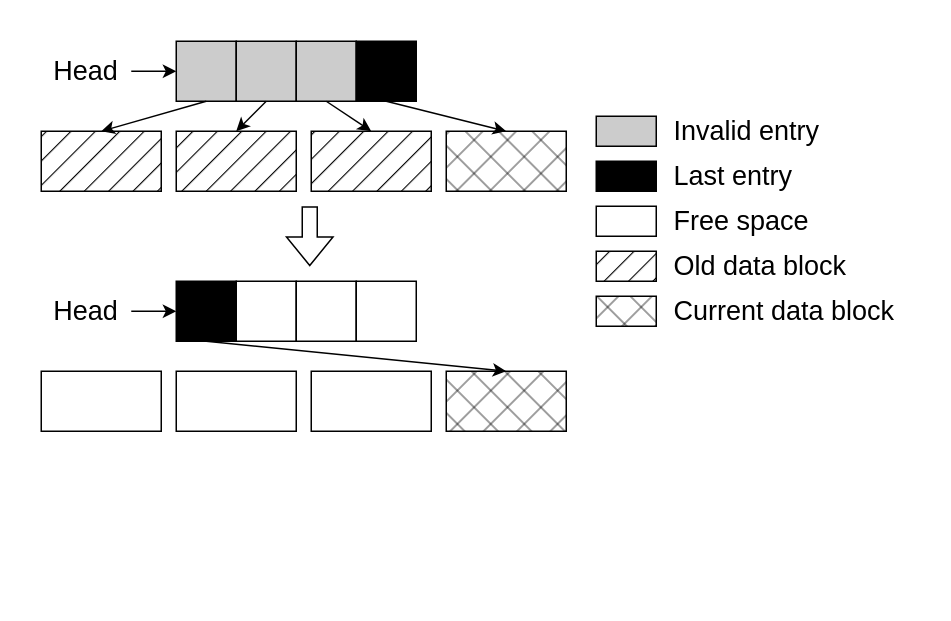
The draw.io diagram NOVA/Untitled Diagram.drawio in Icarusradio/Pictures, before the edit. Source tidied: cells renumbered, new cells numbered last; positions are measured from the earlier drawing's top-left corner, leaving out a move shared by most shapes. Both pictures are drawn from the tidied source at 150%, with x=0, y=0 at pixel (40, 40).
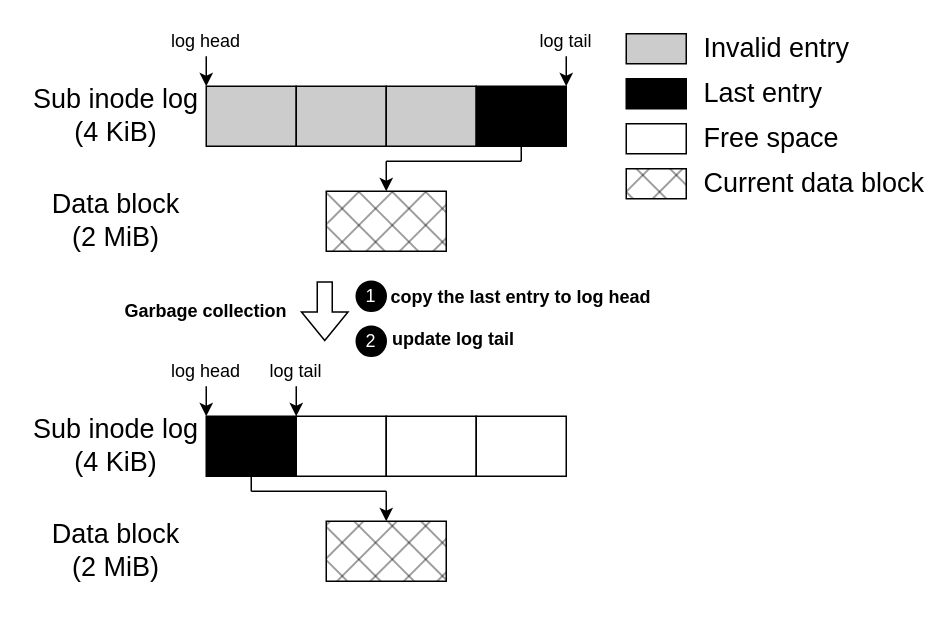
The same diagram, later.

What changed in the source:
```diff
@@
     <mxCell id="2" style="rounded=0;whiteSpace=wrap;html=1;fillColor=#CCCCCC;" parent="1" vertex="1">
-      <mxGeometry x="90" width="40" height="40" as="geometry" />
+      <mxGeometry x="110" y="30" width="60" height="40" as="geometry" />
     </mxCell>
     <mxCell id="3" style="rounded=0;whiteSpace=wrap;html=1;fillColor=#CCCCCC;" parent="1" vertex="1">
-      <mxGeometry x="130" width="40" height="40" as="geometry" />
+      <mxGeometry x="170" y="30" width="60" height="40" as="geometry" />
     </mxCell>
     <mxCell id="4" style="rounded=0;whiteSpace=wrap;html=1;fillColor=#CCCCCC;" parent="1" vertex="1">
-      <mxGeometry x="170" width="40" height="40" as="geometry" />
+      <mxGeometry x="230" y="30" width="60" height="40" as="geometry" />
     </mxCell>
     <mxCell id="5" style="rounded=0;whiteSpace=wrap;html=1;fillColor=#000000;" parent="1" vertex="1">
-      <mxGeometry x="210" width="40" height="40" as="geometry" />
+      <mxGeometry x="290" y="30" width="60" height="40" as="geometry" />
     </mxCell>
     <mxCell id="6" style="rounded=0;whiteSpace=wrap;html=1;fillColor=#CCCCCC;" parent="1" vertex="1">
-      <mxGeometry x="370" y="50" width="40" height="20" as="geometry" />
+      <mxGeometry x="390" y="-5" width="40" height="20" as="geometry" />
     </mxCell>
     <mxCell id="7" style="rounded=0;whiteSpace=wrap;html=1;fillColor=#000000;" parent="1" vertex="1">
-      <mxGeometry x="370" y="80" width="40" height="20" as="geometry" />
+      <mxGeometry x="390" y="25" width="40" height="20" as="geometry" />
     </mxCell>
     <mxCell id="8" style="rounded=0;whiteSpace=wrap;html=1;" parent="1" vertex="1">
-      <mxGeometry x="370" y="110" width="40" height="20" as="geometry" />
+      <mxGeometry x="390" y="55" width="40" height="20" as="geometry" />
     </mxCell>
     <mxCell id="9" value="&lt;font style=&quot;font-size: 18px;&quot;&gt;Invalid entry&lt;/font&gt;" style="rounded=0;whiteSpace=wrap;html=1;fillColor=none;strokeColor=none;align=left;" parent="1" vertex="1">
-      <mxGeometry x="420" y="50" width="120" height="20" as="geometry" />
+      <mxGeometry x="440" y="-5" width="120" height="20" as="geometry" />
     </mxCell>
     <mxCell id="10" value="&lt;font style=&quot;font-size: 18px;&quot;&gt;Last entry&lt;/font&gt;" style="rounded=0;whiteSpace=wrap;html=1;fillColor=none;strokeColor=none;align=left;" parent="1" vertex="1">
-      <mxGeometry x="420" y="80" width="120" height="20" as="geometry" />
+      <mxGeometry x="440" y="25" width="120" height="20" as="geometry" />
     </mxCell>
     <mxCell id="11" value="&lt;font style=&quot;font-size: 18px;&quot;&gt;Free space&lt;/font&gt;" style="rounded=0;whiteSpace=wrap;html=1;fillColor=none;strokeColor=none;align=left;" parent="1" vertex="1">
-      <mxGeometry x="420" y="110" width="120" height="20" as="geometry" />
+      <mxGeometry x="440" y="55" width="120" height="20" as="geometry" />
     </mxCell>
-    <mxCell id="12" value="&lt;font style=&quot;font-size: 18px;&quot;&gt;Head&lt;/font&gt;" style="rounded=0;whiteSpace=wrap;html=1;fillColor=none;strokeColor=none;" parent="1" vertex="1">
-      <mxGeometry width="60" height="40" as="geometry" />
-    </mxCell>
-    <mxCell id="13" style="endArrow=classic;html=1;rounded=0;exitX=1;exitY=0.5;exitDx=0;exitDy=0;entryX=0;entryY=0.5;entryDx=0;entryDy=0;" parent="1" edge="1" source="12" target="2">
-      <mxGeometry relative="1" as="geometry" />
-    </mxCell>
-    <mxCell id="14" style="rounded=0;whiteSpace=wrap;html=1;fillStyle=hatch;fillColor=#000000;" parent="1" vertex="1">
-      <mxGeometry y="60" width="80" height="40" as="geometry" />
-    </mxCell>
-    <mxCell id="15" style="rounded=0;whiteSpace=wrap;html=1;fillStyle=hatch;fillColor=#000000;" parent="1" vertex="1">
-      <mxGeometry x="90" y="60" width="80" height="40" as="geometry" />
-    </mxCell>
-    <mxCell id="16" style="rounded=0;whiteSpace=wrap;html=1;fillStyle=hatch;fillColor=#000000;" parent="1" vertex="1">
-      <mxGeometry x="180" y="60" width="80" height="40" as="geometry" />
-    </mxCell>
     <mxCell id="17" style="rounded=0;whiteSpace=wrap;html=1;fillStyle=cross-hatch;fillColor=#000000;" parent="1" vertex="1">
-      <mxGeometry x="270" y="60" width="80" height="40" as="geometry" />
+      <mxGeometry x="190" y="100" width="80" height="40" as="geometry" />
     </mxCell>
-    <mxCell id="18" style="endArrow=classic;html=1;rounded=0;exitX=0.5;exitY=1;exitDx=0;exitDy=0;entryX=0.5;entryY=0;entryDx=0;entryDy=0;" parent="1" edge="1" source="2" target="14">
-      <mxGeometry relative="1" as="geometry" />
-    </mxCell>
-    <mxCell id="19" style="endArrow=classic;html=1;rounded=0;exitX=0.5;exitY=1;exitDx=0;exitDy=0;entryX=0.5;entryY=0;entryDx=0;entryDy=0;" parent="1" edge="1" source="3" target="15">
-      <mxGeometry relative="1" as="geometry" />
-    </mxCell>
-    <mxCell id="20" style="endArrow=classic;html=1;rounded=0;exitX=0.5;exitY=1;exitDx=0;exitDy=0;entryX=0.5;entryY=0;entryDx=0;entryDy=0;" parent="1" edge="1" source="4" target="16">
-      <mxGeometry relative="1" as="geometry" />
-    </mxCell>
-    <mxCell id="21" style="endArrow=classic;html=1;rounded=0;exitX=0.5;exitY=1;exitDx=0;exitDy=0;entryX=0.5;entryY=0;entryDx=0;entryDy=0;" parent="1" edge="1" source="5" target="17">
-      <mxGeometry relative="1" as="geometry" />
-    </mxCell>
-    <mxCell id="22" style="rounded=0;whiteSpace=wrap;html=1;fillColor=#000000;" parent="1" vertex="1">
-      <mxGeometry x="90" y="160" width="40" height="40" as="geometry" />
-    </mxCell>
-    <mxCell id="23" style="rounded=0;whiteSpace=wrap;html=1;fillColor=none;" parent="1" vertex="1">
-      <mxGeometry x="130" y="160" width="40" height="40" as="geometry" />
-    </mxCell>
-    <mxCell id="24" style="rounded=0;whiteSpace=wrap;html=1;fillColor=none;" parent="1" vertex="1">
-      <mxGeometry x="170" y="160" width="40" height="40" as="geometry" />
-    </mxCell>
-    <mxCell id="25" style="rounded=0;whiteSpace=wrap;html=1;fillColor=none;" parent="1" vertex="1">
-      <mxGeometry x="210" y="160" width="40" height="40" as="geometry" />
-    </mxCell>
-    <mxCell id="26" value="&lt;font style=&quot;font-size: 18px;&quot;&gt;Head&lt;/font&gt;" style="rounded=0;whiteSpace=wrap;html=1;fillColor=none;strokeColor=none;" parent="1" vertex="1">
-      <mxGeometry y="160" width="60" height="40" as="geometry" />
-    </mxCell>
-    <mxCell id="27" style="endArrow=classic;html=1;rounded=0;exitX=1;exitY=0.5;exitDx=0;exitDy=0;entryX=0;entryY=0.5;entryDx=0;entryDy=0;" parent="1" edge="1" source="26" target="22">
-      <mxGeometry relative="1" as="geometry" />
-    </mxCell>
-    <mxCell id="28" style="rounded=0;whiteSpace=wrap;html=1;fillStyle=hatch;fillColor=none;" parent="1" vertex="1">
-      <mxGeometry y="220" width="80" height="40" as="geometry" />
-    </mxCell>
-    <mxCell id="29" style="rounded=0;whiteSpace=wrap;html=1;fillStyle=hatch;fillColor=none;" parent="1" vertex="1">
-      <mxGeometry x="90" y="220" width="80" height="40" as="geometry" />
-    </mxCell>
-    <mxCell id="30" style="rounded=0;whiteSpace=wrap;html=1;fillStyle=hatch;fillColor=none;" parent="1" vertex="1">
-      <mxGeometry x="180" y="220" width="80" height="40" as="geometry" />
-    </mxCell>
-    <mxCell id="31" style="rounded=0;whiteSpace=wrap;html=1;fillStyle=cross-hatch;fillColor=#000000;" parent="1" vertex="1">
-      <mxGeometry x="270" y="220" width="80" height="40" as="geometry" />
-    </mxCell>
-    <mxCell id="32" style="endArrow=classic;html=1;rounded=0;exitX=0.5;exitY=1;exitDx=0;exitDy=0;entryX=0.5;entryY=0;entryDx=0;entryDy=0;" parent="1" edge="1" source="22" target="31">
-      <mxGeometry relative="1" as="geometry" />
-    </mxCell>
     <mxCell id="33" style="shape=flexArrow;endArrow=classic;html=1;rounded=0;" parent="1" edge="1">
       <mxGeometry relative="1" as="geometry">
-        <mxPoint x="179" y="110" as="sourcePoint" />
-        <mxPoint x="179" y="150" as="targetPoint" />
+        <mxPoint x="189" y="160" as="sourcePoint" />
+        <mxPoint x="189" y="200" as="targetPoint" />
       </mxGeometry>
     </mxCell>
-    <mxCell id="34" style="rounded=0;whiteSpace=wrap;html=1;fillStyle=hatch;fillColor=#000000;" parent="1" vertex="1">
-      <mxGeometry x="370" y="140" width="40" height="20" as="geometry" />
-    </mxCell>
-    <mxCell id="35" value="&lt;font style=&quot;font-size: 18px;&quot;&gt;Old data block&lt;/font&gt;" style="rounded=0;whiteSpace=wrap;html=1;fillColor=none;strokeColor=none;align=left;" parent="1" vertex="1">
-      <mxGeometry x="420" y="140" width="120" height="20" as="geometry" />
-    </mxCell>
     <mxCell id="36" style="rounded=0;whiteSpace=wrap;html=1;fillStyle=cross-hatch;fillColor=#000000;" parent="1" vertex="1">
-      <mxGeometry x="370" y="170" width="40" height="20" as="geometry" />
+      <mxGeometry x="390" y="85" width="40" height="20" as="geometry" />
     </mxCell>
     <mxCell id="37" value="&lt;font style=&quot;font-size: 18px;&quot;&gt;Current data block&lt;/font&gt;" style="rounded=0;whiteSpace=wrap;html=1;fillColor=none;strokeColor=none;align=left;" parent="1" vertex="1">
-      <mxGeometry x="420" y="170" width="150" height="20" as="geometry" />
+      <mxGeometry x="440" y="85" width="150" height="20" as="geometry" />
     </mxCell>
+    <mxCell id="38" value="&lt;font style=&quot;font-size: 18px;&quot;&gt;Sub inode log&lt;/font&gt;&lt;div style=&quot;font-size: 18px;&quot;&gt;&lt;font style=&quot;font-size: 18px;&quot;&gt;(4 KiB)&lt;/font&gt;&lt;/div&gt;" style="rounded=0;whiteSpace=wrap;html=1;fillColor=none;strokeColor=none;" parent="1" vertex="1">
+      <mxGeometry x="-10" y="20" width="120" height="60" as="geometry" />
+    </mxCell>
+    <mxCell id="39" value="&lt;font style=&quot;font-size: 12px;&quot;&gt;log tail&lt;/font&gt;" style="rounded=0;whiteSpace=wrap;html=1;strokeColor=none;fillColor=none;" parent="1" vertex="1">
+      <mxGeometry x="320" y="-10" width="60" height="20" as="geometry" />
+    </mxCell>
+    <mxCell id="40" value="&lt;font style=&quot;font-size: 18px;&quot;&gt;Data block&lt;/font&gt;&lt;div style=&quot;font-size: 18px;&quot;&gt;&lt;font style=&quot;font-size: 18px;&quot;&gt;(2 MiB)&lt;/font&gt;&lt;/div&gt;" style="rounded=0;whiteSpace=wrap;html=1;fillColor=none;strokeColor=none;" parent="1" vertex="1">
+      <mxGeometry x="-10" y="90" width="120" height="60" as="geometry" />
+    </mxCell>
+    <mxCell id="41" style="endArrow=classic;html=1;rounded=0;entryX=0.5;entryY=0;entryDx=0;entryDy=0;" parent="1" edge="1" target="17">
+      <mxGeometry relative="1" as="geometry">
+        <mxPoint x="230" y="80" as="sourcePoint" />
+      </mxGeometry>
+    </mxCell>
+    <mxCell id="42" value="&lt;font style=&quot;font-size: 12px;&quot;&gt;&lt;b&gt;Garbage collection&lt;/b&gt;&lt;/font&gt;" style="rounded=0;whiteSpace=wrap;html=1;fillColor=none;strokeColor=none;" parent="1" vertex="1">
+      <mxGeometry x="50" y="170" width="120" height="20" as="geometry" />
+    </mxCell>
+    <mxCell id="43" value="&lt;font color=&quot;#ffffff&quot;&gt;1&lt;/font&gt;" style="ellipse;whiteSpace=wrap;html=1;fillColor=#000000;" parent="1" vertex="1">
+      <mxGeometry x="210" y="160" width="20" height="20" as="geometry" />
+    </mxCell>
+    <mxCell id="44" value="&lt;font color=&quot;#ffffff&quot;&gt;2&lt;/font&gt;" style="ellipse;whiteSpace=wrap;html=1;fillColor=#000000;" parent="1" vertex="1">
+      <mxGeometry x="210" y="190" width="20" height="20" as="geometry" />
+    </mxCell>
+    <mxCell id="45" value="&lt;font style=&quot;font-size: 12px;&quot;&gt;&lt;b&gt;copy the last entry to log head&lt;/b&gt;&lt;/font&gt;" style="rounded=0;whiteSpace=wrap;html=1;fillColor=none;strokeColor=none;" parent="1" vertex="1">
+      <mxGeometry x="230" y="162" width="180" height="18" as="geometry" />
+    </mxCell>
+    <mxCell id="46" value="&lt;font style=&quot;font-size: 12px;&quot;&gt;&lt;b&gt;update log tail&lt;/b&gt;&lt;/font&gt;" style="rounded=0;whiteSpace=wrap;html=1;fillColor=none;strokeColor=none;" parent="1" vertex="1">
+      <mxGeometry x="230" y="190" width="90" height="18" as="geometry" />
+    </mxCell>
+    <mxCell id="47" style="endArrow=none;html=1;rounded=0;" parent="1" edge="1">
+      <mxGeometry relative="1" as="geometry">
+        <mxPoint x="230" y="80" as="sourcePoint" />
+        <mxPoint x="320" y="80" as="targetPoint" />
+      </mxGeometry>
+    </mxCell>
+    <mxCell id="48" style="endArrow=none;html=1;rounded=0;exitX=0.5;exitY=1;exitDx=0;exitDy=0;" parent="1" edge="1" source="5">
+      <mxGeometry relative="1" as="geometry">
+        <mxPoint x="320" y="80" as="targetPoint" />
+      </mxGeometry>
+    </mxCell>
+    <mxCell id="49" style="endArrow=classic;html=1;rounded=0;exitX=0.5;exitY=1;exitDx=0;exitDy=0;entryX=1;entryY=0;entryDx=0;entryDy=0;" parent="1" edge="1" source="39" target="5">
+      <mxGeometry relative="1" as="geometry" />
+    </mxCell>
+    <mxCell id="50" value="&lt;font style=&quot;font-size: 12px;&quot;&gt;log head&lt;/font&gt;" style="rounded=0;whiteSpace=wrap;html=1;strokeColor=none;fillColor=none;" parent="1" vertex="1">
+      <mxGeometry x="80" y="-10" width="60" height="20" as="geometry" />
+    </mxCell>
+    <mxCell id="51" style="endArrow=classic;html=1;rounded=0;exitX=0.5;exitY=1;exitDx=0;exitDy=0;entryX=1;entryY=0;entryDx=0;entryDy=0;" parent="1" edge="1" source="50">
+      <mxGeometry relative="1" as="geometry">
+        <mxPoint x="110" y="30" as="targetPoint" />
+      </mxGeometry>
+    </mxCell>
+    <mxCell id="52" style="rounded=0;whiteSpace=wrap;html=1;fillColor=#000000;" parent="1" vertex="1">
+      <mxGeometry x="110" y="250" width="60" height="40" as="geometry" />
+    </mxCell>
+    <mxCell id="53" style="rounded=0;whiteSpace=wrap;html=1;fillColor=none;" parent="1" vertex="1">
+      <mxGeometry x="170" y="250" width="60" height="40" as="geometry" />
+    </mxCell>
+    <mxCell id="54" style="rounded=0;whiteSpace=wrap;html=1;fillColor=none;" parent="1" vertex="1">
+      <mxGeometry x="230" y="250" width="60" height="40" as="geometry" />
+    </mxCell>
+    <mxCell id="55" style="rounded=0;whiteSpace=wrap;html=1;fillColor=none;" parent="1" vertex="1">
+      <mxGeometry x="290" y="250" width="60" height="40" as="geometry" />
+    </mxCell>
+    <mxCell id="56" style="rounded=0;whiteSpace=wrap;html=1;fillStyle=cross-hatch;fillColor=#000000;" parent="1" vertex="1">
+      <mxGeometry x="190" y="320" width="80" height="40" as="geometry" />
+    </mxCell>
+    <mxCell id="57" value="&lt;font style=&quot;font-size: 18px;&quot;&gt;Sub inode log&lt;/font&gt;&lt;div style=&quot;font-size: 18px;&quot;&gt;&lt;font style=&quot;font-size: 18px;&quot;&gt;(4 KiB)&lt;/font&gt;&lt;/div&gt;" style="rounded=0;whiteSpace=wrap;html=1;fillColor=none;strokeColor=none;" parent="1" vertex="1">
+      <mxGeometry x="-10" y="240" width="120" height="60" as="geometry" />
+    </mxCell>
+    <mxCell id="58" value="&lt;font style=&quot;font-size: 12px;&quot;&gt;log tail&lt;/font&gt;" style="rounded=0;whiteSpace=wrap;html=1;strokeColor=none;fillColor=none;" parent="1" vertex="1">
+      <mxGeometry x="140" y="210" width="60" height="20" as="geometry" />
+    </mxCell>
+    <mxCell id="59" value="&lt;font style=&quot;font-size: 18px;&quot;&gt;Data block&lt;/font&gt;&lt;div style=&quot;font-size: 18px;&quot;&gt;&lt;font style=&quot;font-size: 18px;&quot;&gt;(2 MiB)&lt;/font&gt;&lt;/div&gt;" style="rounded=0;whiteSpace=wrap;html=1;fillColor=none;strokeColor=none;" parent="1" vertex="1">
+      <mxGeometry x="-10" y="310" width="120" height="60" as="geometry" />
+    </mxCell>
+    <mxCell id="60" style="endArrow=classic;html=1;rounded=0;entryX=0.5;entryY=0;entryDx=0;entryDy=0;" parent="1" edge="1" target="56">
+      <mxGeometry relative="1" as="geometry">
+        <mxPoint x="230" y="300" as="sourcePoint" />
+      </mxGeometry>
+    </mxCell>
+    <mxCell id="61" style="endArrow=none;html=1;rounded=0;" parent="1" edge="1">
+      <mxGeometry relative="1" as="geometry">
+        <mxPoint x="140" y="300" as="sourcePoint" />
+        <mxPoint x="230" y="300" as="targetPoint" />
+      </mxGeometry>
+    </mxCell>
+    <mxCell id="62" style="endArrow=none;html=1;rounded=0;exitX=0.5;exitY=1;exitDx=0;exitDy=0;" parent="1" edge="1" source="52">
+      <mxGeometry relative="1" as="geometry">
+        <mxPoint x="140" y="300" as="targetPoint" />
+      </mxGeometry>
+    </mxCell>
+    <mxCell id="63" style="endArrow=classic;html=1;rounded=0;exitX=0.5;exitY=1;exitDx=0;exitDy=0;entryX=0;entryY=0;entryDx=0;entryDy=0;" parent="1" edge="1" source="58" target="53">
+      <mxGeometry relative="1" as="geometry" />
+    </mxCell>
+    <mxCell id="64" value="&lt;font style=&quot;font-size: 12px;&quot;&gt;log head&lt;/font&gt;" style="rounded=0;whiteSpace=wrap;html=1;strokeColor=none;fillColor=none;" parent="1" vertex="1">
+      <mxGeometry x="80" y="210" width="60" height="20" as="geometry" />
+    </mxCell>
+    <mxCell id="65" style="endArrow=classic;html=1;rounded=0;exitX=0.5;exitY=1;exitDx=0;exitDy=0;entryX=1;entryY=0;entryDx=0;entryDy=0;" parent="1" edge="1" source="64">
+      <mxGeometry relative="1" as="geometry">
+        <mxPoint x="110" y="250" as="targetPoint" />
+      </mxGeometry>
+    </mxCell>
```
